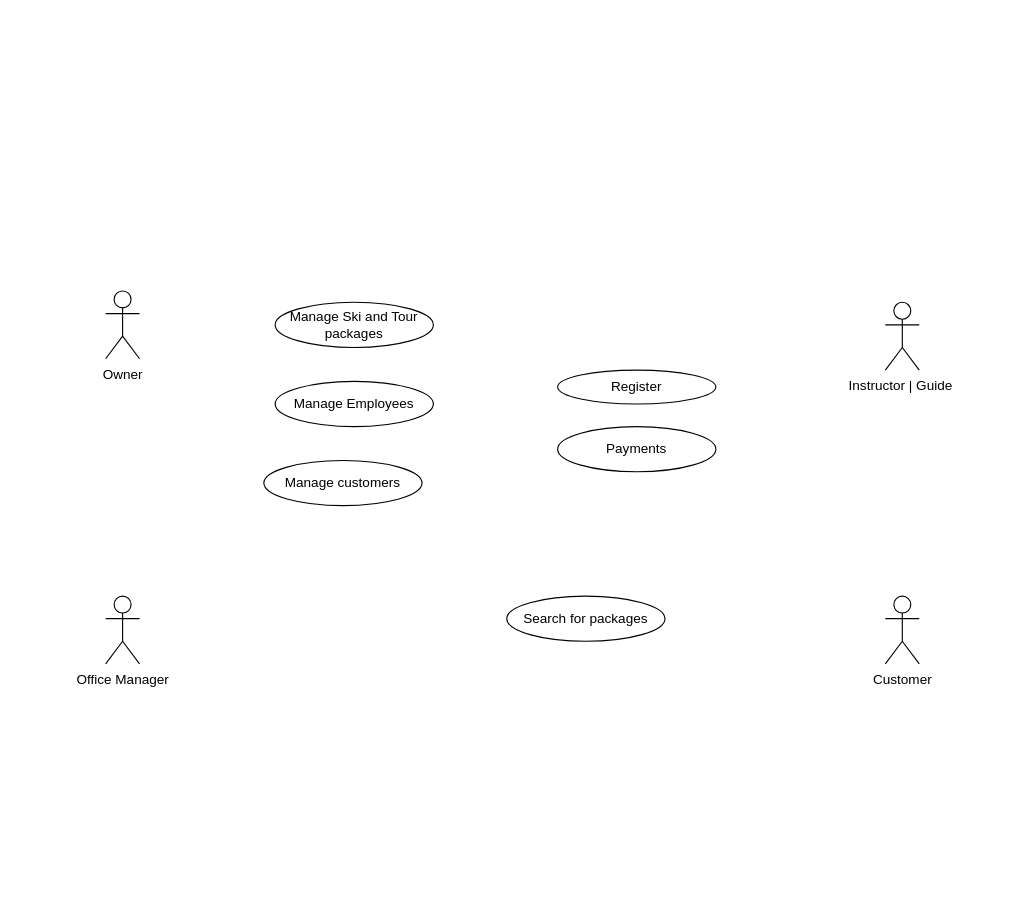
Before: Untitled Diagram.drawio in TurboJapuraEfac/-Build-a-simple-banking-application, a draw.io diagram. Source tidied: cells renumbered, new cells numbered last; positions are measured from the earlier drawing's top-left corner, leaving out a move shared by most shapes. Both pictures are drawn from the tidied source at 113%, with x=0, y=0 at pixel (105, 290).
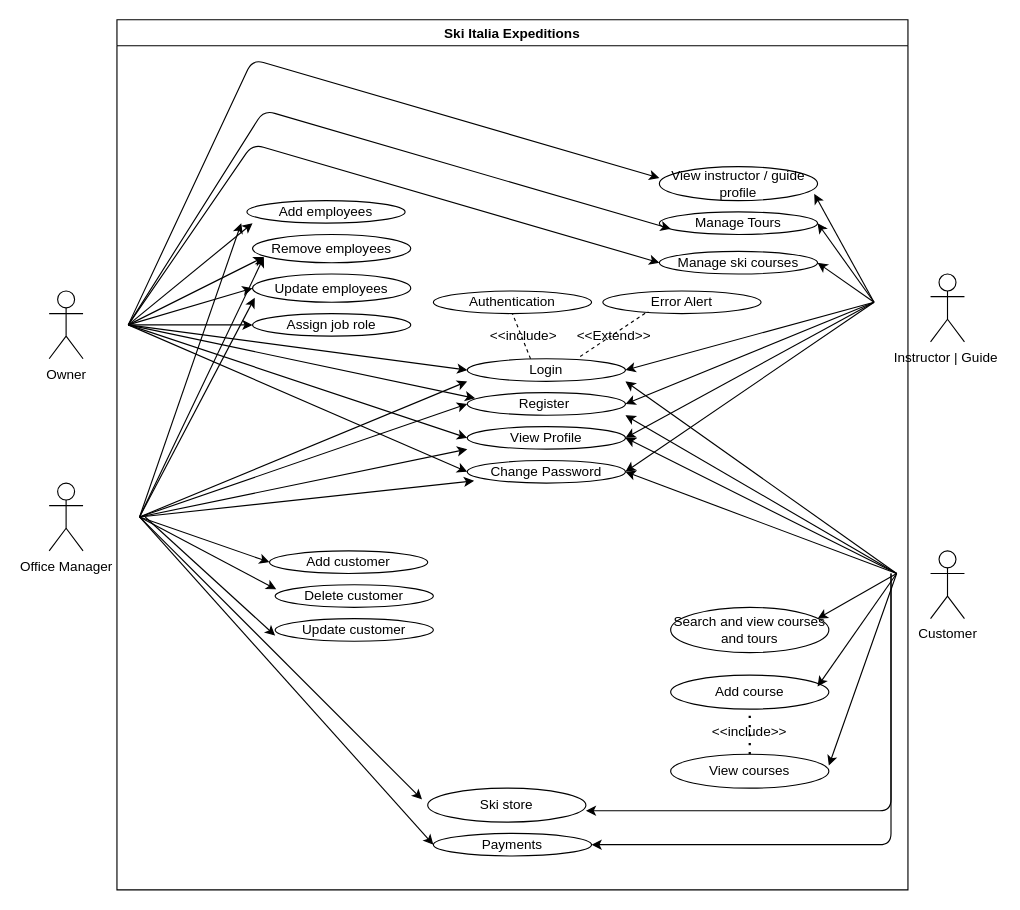
The same diagram, later.

What changed in the source:
```diff
@@
     <mxCell id="2" value="Owner" style="shape=umlActor;verticalLabelPosition=bottom;verticalAlign=top;html=1;" parent="1" vertex="1">
-      <mxGeometry width="30" height="60" as="geometry" />
+      <mxGeometry x="-50" width="30" height="60" as="geometry" />
     </mxCell>
     <mxCell id="3" value="Office Manager" style="shape=umlActor;verticalLabelPosition=bottom;verticalAlign=top;html=1;" parent="1" vertex="1">
-      <mxGeometry y="270" width="30" height="60" as="geometry" />
+      <mxGeometry x="-50" y="170" width="30" height="60" as="geometry" />
     </mxCell>
     <mxCell id="4" value="Instructor | Guide&amp;nbsp;" style="shape=umlActor;verticalLabelPosition=bottom;verticalAlign=top;html=1;" parent="1" vertex="1">
-      <mxGeometry x="690" y="10" width="30" height="60" as="geometry" />
+      <mxGeometry x="730" y="-15" width="30" height="60" as="geometry" />
     </mxCell>
     <mxCell id="5" value="Customer&lt;br&gt;" style="shape=umlActor;verticalLabelPosition=bottom;verticalAlign=top;html=1;" parent="1" vertex="1">
-      <mxGeometry x="690" y="270" width="30" height="60" as="geometry" />
+      <mxGeometry x="730" y="230" width="30" height="60" as="geometry" />
     </mxCell>
-    <mxCell id="6" value="Manage Ski and Tour packages" style="ellipse;whiteSpace=wrap;html=1;" parent="1" vertex="1">
-      <mxGeometry x="150" y="10" width="140" height="40" as="geometry" />
-    </mxCell>
-    <mxCell id="7" value="Manage Employees" style="ellipse;whiteSpace=wrap;html=1;" parent="1" vertex="1">
-      <mxGeometry x="150" y="80" width="140" height="40" as="geometry" />
+    <mxCell id="7" value="Add employees" style="ellipse;whiteSpace=wrap;html=1;" parent="1" vertex="1">
+      <mxGeometry x="125" y="-80" width="140" height="20" as="geometry" />
     </mxCell>
-    <mxCell id="8" value="Search for packages" style="ellipse;whiteSpace=wrap;html=1;" parent="1" vertex="1">
-      <mxGeometry x="355" y="270" width="140" height="40" as="geometry" />
+    <mxCell id="8" value="Search and view courses and tours" style="ellipse;whiteSpace=wrap;html=1;" parent="1" vertex="1">
+      <mxGeometry x="500" y="280" width="140" height="40" as="geometry" />
     </mxCell>
-    <mxCell id="9" value="Register" style="ellipse;whiteSpace=wrap;html=1;" parent="1" vertex="1">
-      <mxGeometry x="400" y="70" width="140" height="30" as="geometry" />
+    <mxCell id="9" value="Manage Tours" style="ellipse;whiteSpace=wrap;html=1;" parent="1" vertex="1">
+      <mxGeometry x="490" y="-70" width="140" height="20" as="geometry" />
     </mxCell>
+    <mxCell id="12" value="Add customer" style="ellipse;whiteSpace=wrap;html=1;" parent="1" vertex="1">
+      <mxGeometry x="145" y="230" width="140" height="20" as="geometry" />
+    </mxCell>
+    <mxCell id="13" value="Register&amp;nbsp;" style="ellipse;whiteSpace=wrap;html=1;" parent="1" vertex="1">
+      <mxGeometry x="320" y="90" width="140" height="20" as="geometry" />
+    </mxCell>
+    <mxCell id="14" value="View Profile" style="ellipse;whiteSpace=wrap;html=1;" parent="1" vertex="1">
+      <mxGeometry x="320" y="120" width="140" height="20" as="geometry" />
+    </mxCell>
+    <mxCell id="15" value="Change Password" style="ellipse;whiteSpace=wrap;html=1;" parent="1" vertex="1">
+      <mxGeometry x="320" y="150" width="140" height="20" as="geometry" />
+    </mxCell>
+    <mxCell id="16" value="Remove employees" style="ellipse;whiteSpace=wrap;html=1;" parent="1" vertex="1">
+      <mxGeometry x="130" y="-50" width="140" height="25" as="geometry" />
+    </mxCell>
+    <mxCell id="17" value="Update employees" style="ellipse;whiteSpace=wrap;html=1;" parent="1" vertex="1">
+      <mxGeometry x="130" y="-15" width="140" height="25" as="geometry" />
+    </mxCell>
+    <mxCell id="18" value="Delete customer" style="ellipse;whiteSpace=wrap;html=1;" parent="1" vertex="1">
+      <mxGeometry x="150" y="260" width="140" height="20" as="geometry" />
+    </mxCell>
+    <mxCell id="19" value="Update customer" style="ellipse;whiteSpace=wrap;html=1;" parent="1" vertex="1">
+      <mxGeometry x="150" y="290" width="140" height="20" as="geometry" />
+    </mxCell>
+    <mxCell id="20" value="Add course" style="ellipse;whiteSpace=wrap;html=1;" parent="1" vertex="1">
+      <mxGeometry x="500" y="340" width="140" height="30" as="geometry" />
+    </mxCell>
+    <mxCell id="21" value="View courses" style="ellipse;whiteSpace=wrap;html=1;" parent="1" vertex="1">
+      <mxGeometry x="500" y="410" width="140" height="30" as="geometry" />
+    </mxCell>
+    <mxCell id="22" style="endArrow=none;dashed=1;html=1;dashPattern=1 3;strokeWidth=2;exitX=0.5;exitY=0;exitDx=0;exitDy=0;" parent="1" edge="1" source="21" target="20">
+      <mxGeometry relative="1" as="geometry" />
+    </mxCell>
+    <mxCell id="23" value="&amp;lt;&amp;lt;include&amp;gt;&amp;gt;" style="text;html=1;strokeColor=none;fillColor=none;align=center;verticalAlign=middle;whiteSpace=wrap;rounded=0;" parent="1" vertex="1">
+      <mxGeometry x="550" y="380" width="40" height="20" as="geometry" />
+    </mxCell>
+    <mxCell id="24" value="Manage ski courses" style="ellipse;whiteSpace=wrap;html=1;" parent="1" vertex="1">
+      <mxGeometry x="490" y="-35" width="140" height="20" as="geometry" />
+    </mxCell>
+    <mxCell id="25" value="Ski store" style="ellipse;whiteSpace=wrap;html=1;" parent="1" vertex="1">
+      <mxGeometry x="285" y="440" width="140" height="30" as="geometry" />
+    </mxCell>
+    <mxCell id="26" value="Assign job role" style="ellipse;whiteSpace=wrap;html=1;" parent="1" vertex="1">
+      <mxGeometry x="130" y="20" width="140" height="20" as="geometry" />
+    </mxCell>
+    <mxCell id="27" value="Login" style="ellipse;whiteSpace=wrap;html=1;" parent="1" vertex="1">
+      <mxGeometry x="320" y="60" width="140" height="20" as="geometry" />
+    </mxCell>
+    <mxCell id="28" value="View instructor / guide profile" style="ellipse;whiteSpace=wrap;html=1;" parent="1" vertex="1">
+      <mxGeometry x="490" y="-110" width="140" height="30" as="geometry" />
+    </mxCell>
+    <mxCell id="29" style="endArrow=classic;html=1;" parent="1" edge="1">
+      <mxGeometry relative="1" as="geometry">
+        <mxPoint x="20" y="30" as="sourcePoint" />
+        <mxPoint x="130" y="-60" as="targetPoint" />
+      </mxGeometry>
+    </mxCell>
+    <mxCell id="30" style="endArrow=classic;html=1;" parent="1" edge="1">
+      <mxGeometry relative="1" as="geometry">
+        <mxPoint x="20" y="30" as="sourcePoint" />
+        <mxPoint x="140" y="-30" as="targetPoint" />
+      </mxGeometry>
+    </mxCell>
+    <mxCell id="31" style="endArrow=classic;html=1;entryX=0;entryY=0.5;entryDx=0;entryDy=0;" parent="1" edge="1" target="17">
+      <mxGeometry relative="1" as="geometry">
+        <mxPoint x="20" y="30" as="sourcePoint" />
+      </mxGeometry>
+    </mxCell>
+    <mxCell id="32" style="endArrow=classic;html=1;entryX=0;entryY=0.5;entryDx=0;entryDy=0;" parent="1" edge="1" target="26">
+      <mxGeometry relative="1" as="geometry">
+        <mxPoint x="20" y="30" as="sourcePoint" />
+      </mxGeometry>
+    </mxCell>
+    <mxCell id="33" style="endArrow=classic;html=1;entryX=0;entryY=0.5;entryDx=0;entryDy=0;" parent="1" edge="1" target="24">
+      <mxGeometry relative="1" as="geometry">
+        <mxPoint x="20" y="30" as="sourcePoint" />
+        <Array as="points">
+          <mxPoint x="130" y="-130" />
+        </Array>
+      </mxGeometry>
+    </mxCell>
+    <mxCell id="34" style="endArrow=classic;html=1;entryX=0;entryY=0.5;entryDx=0;entryDy=0;" parent="1" edge="1">
+      <mxGeometry relative="1" as="geometry">
+        <mxPoint x="20" y="30" as="sourcePoint" />
+        <mxPoint x="500" y="-55" as="targetPoint" />
+        <Array as="points">
+          <mxPoint x="140" y="-160" />
+        </Array>
+      </mxGeometry>
+    </mxCell>
+    <mxCell id="35" style="endArrow=classic;html=1;entryX=0;entryY=0.5;entryDx=0;entryDy=0;" parent="1" edge="1" target="27">
+      <mxGeometry relative="1" as="geometry">
+        <mxPoint x="20" y="30" as="sourcePoint" />
+      </mxGeometry>
+    </mxCell>
+    <mxCell id="36" style="endArrow=classic;html=1;entryX=0.05;entryY=0.25;entryDx=0;entryDy=0;entryPerimeter=0;" parent="1" edge="1" target="13">
+      <mxGeometry relative="1" as="geometry">
+        <mxPoint x="20" y="30" as="sourcePoint" />
+      </mxGeometry>
+    </mxCell>
+    <mxCell id="37" style="endArrow=classic;html=1;entryX=0;entryY=0.5;entryDx=0;entryDy=0;" parent="1" edge="1" target="14">
+      <mxGeometry relative="1" as="geometry">
+        <mxPoint x="20" y="30" as="sourcePoint" />
+      </mxGeometry>
+    </mxCell>
+    <mxCell id="38" style="endArrow=classic;html=1;entryX=0;entryY=0.5;entryDx=0;entryDy=0;" parent="1" edge="1" target="15">
+      <mxGeometry relative="1" as="geometry">
+        <mxPoint x="20" y="30" as="sourcePoint" />
+      </mxGeometry>
+    </mxCell>
+    <mxCell id="39" style="endArrow=classic;html=1;entryX=0.979;entryY=0.8;entryDx=0;entryDy=0;entryPerimeter=0;" parent="1" edge="1" target="28">
+      <mxGeometry relative="1" as="geometry">
+        <mxPoint x="680" y="10" as="sourcePoint" />
+      </mxGeometry>
+    </mxCell>
+    <mxCell id="40" style="endArrow=classic;html=1;" parent="1" edge="1">
+      <mxGeometry relative="1" as="geometry">
+        <mxPoint x="680" y="10" as="sourcePoint" />
+        <mxPoint x="630" y="-60" as="targetPoint" />
+      </mxGeometry>
+    </mxCell>
+    <mxCell id="41" style="endArrow=classic;html=1;entryX=1;entryY=0.5;entryDx=0;entryDy=0;" parent="1" edge="1" target="24">
+      <mxGeometry relative="1" as="geometry">
+        <mxPoint x="680" y="10" as="sourcePoint" />
+      </mxGeometry>
+    </mxCell>
+    <mxCell id="42" style="endArrow=classic;html=1;entryX=0;entryY=0.5;entryDx=0;entryDy=0;" parent="1" edge="1">
+      <mxGeometry relative="1" as="geometry">
+        <mxPoint x="20" y="30" as="sourcePoint" />
+        <mxPoint x="490" y="-100" as="targetPoint" />
+        <Array as="points">
+          <mxPoint x="130" y="-205" />
+        </Array>
+      </mxGeometry>
+    </mxCell>
+    <mxCell id="43" style="endArrow=classic;html=1;entryX=1;entryY=0.5;entryDx=0;entryDy=0;" parent="1" edge="1" target="27">
+      <mxGeometry relative="1" as="geometry">
+        <mxPoint x="680" y="10" as="sourcePoint" />
+      </mxGeometry>
+    </mxCell>
+    <mxCell id="44" style="endArrow=classic;html=1;entryX=1;entryY=0.5;entryDx=0;entryDy=0;" parent="1" edge="1" target="13">
+      <mxGeometry relative="1" as="geometry">
+        <mxPoint x="680" y="10" as="sourcePoint" />
+      </mxGeometry>
+    </mxCell>
+    <mxCell id="45" style="endArrow=classic;html=1;entryX=1;entryY=0.5;entryDx=0;entryDy=0;" parent="1" edge="1" target="14">
+      <mxGeometry relative="1" as="geometry">
+        <mxPoint x="680" y="10" as="sourcePoint" />
+      </mxGeometry>
+    </mxCell>
+    <mxCell id="46" style="endArrow=classic;html=1;entryX=1;entryY=0.5;entryDx=0;entryDy=0;" parent="1" edge="1" target="15">
+      <mxGeometry relative="1" as="geometry">
+        <mxPoint x="680" y="10" as="sourcePoint" />
+      </mxGeometry>
+    </mxCell>
+    <mxCell id="47" value="Authentication" style="ellipse;whiteSpace=wrap;html=1;" parent="1" vertex="1">
+      <mxGeometry x="290" width="140" height="20" as="geometry" />
+    </mxCell>
+    <mxCell id="48" value="Error Alert" style="ellipse;whiteSpace=wrap;html=1;" parent="1" vertex="1">
+      <mxGeometry x="440" width="140" height="20" as="geometry" />
+    </mxCell>
+    <mxCell id="49" style="endArrow=none;dashed=1;html=1;entryX=0.5;entryY=1;entryDx=0;entryDy=0;exitX=0.4;exitY=0;exitDx=0;exitDy=0;exitPerimeter=0;" parent="1" edge="1" source="27" target="47">
+      <mxGeometry relative="1" as="geometry" />
+    </mxCell>
+    <mxCell id="50" style="endArrow=none;dashed=1;html=1;entryX=0.286;entryY=0.9;entryDx=0;entryDy=0;exitX=0.714;exitY=-0.1;exitDx=0;exitDy=0;exitPerimeter=0;entryPerimeter=0;" parent="1" edge="1" source="27" target="48">
+      <mxGeometry relative="1" as="geometry" />
+    </mxCell>
+    <mxCell id="51" value="&amp;lt;&amp;lt;include&amp;gt;" style="text;html=1;strokeColor=none;fillColor=none;align=center;verticalAlign=middle;whiteSpace=wrap;rounded=0;" parent="1" vertex="1">
+      <mxGeometry x="350" y="30" width="40" height="20" as="geometry" />
+    </mxCell>
+    <mxCell id="52" value="&amp;lt;&amp;lt;Extend&amp;gt;&amp;gt;" style="text;html=1;strokeColor=none;fillColor=none;align=center;verticalAlign=middle;whiteSpace=wrap;rounded=0;" parent="1" vertex="1">
+      <mxGeometry x="430" y="30" width="40" height="20" as="geometry" />
+    </mxCell>
+    <mxCell id="53" style="endArrow=classic;html=1;entryX=0;entryY=1;entryDx=0;entryDy=0;entryPerimeter=0;" parent="1" edge="1" target="27">
+      <mxGeometry relative="1" as="geometry">
+        <mxPoint x="30" y="200" as="sourcePoint" />
+      </mxGeometry>
+    </mxCell>
+    <mxCell id="54" style="endArrow=classic;html=1;entryX=0;entryY=0.5;entryDx=0;entryDy=0;" parent="1" edge="1" target="13">
+      <mxGeometry relative="1" as="geometry">
+        <mxPoint x="30" y="200" as="sourcePoint" />
+      </mxGeometry>
+    </mxCell>
+    <mxCell id="55" style="endArrow=classic;html=1;entryX=0;entryY=1;entryDx=0;entryDy=0;entryPerimeter=0;" parent="1" edge="1" target="14">
+      <mxGeometry relative="1" as="geometry">
+        <mxPoint x="30" y="200" as="sourcePoint" />
+      </mxGeometry>
+    </mxCell>
+    <mxCell id="56" style="endArrow=classic;html=1;entryX=0.043;entryY=0.9;entryDx=0;entryDy=0;entryPerimeter=0;" parent="1" edge="1" target="15">
+      <mxGeometry relative="1" as="geometry">
+        <mxPoint x="30" y="200" as="sourcePoint" />
+      </mxGeometry>
+    </mxCell>
+    <mxCell id="57" style="endArrow=classic;html=1;" parent="1" edge="1">
+      <mxGeometry relative="1" as="geometry">
+        <mxPoint x="30" y="200" as="sourcePoint" />
+        <mxPoint x="120" y="-60" as="targetPoint" />
+      </mxGeometry>
+    </mxCell>
+    <mxCell id="58" style="endArrow=classic;html=1;" parent="1" edge="1">
+      <mxGeometry relative="1" as="geometry">
+        <mxPoint x="30" y="200" as="sourcePoint" />
+        <mxPoint x="140" y="-30" as="targetPoint" />
+      </mxGeometry>
+    </mxCell>
+    <mxCell id="59" style="endArrow=classic;html=1;entryX=0.014;entryY=0.84;entryDx=0;entryDy=0;entryPerimeter=0;" parent="1" edge="1" target="17">
+      <mxGeometry relative="1" as="geometry">
+        <mxPoint x="30" y="200" as="sourcePoint" />
+      </mxGeometry>
+    </mxCell>
+    <mxCell id="60" style="endArrow=classic;html=1;entryX=0;entryY=0.5;entryDx=0;entryDy=0;" parent="1" edge="1" target="12">
+      <mxGeometry relative="1" as="geometry">
+        <mxPoint x="30" y="200" as="sourcePoint" />
+      </mxGeometry>
+    </mxCell>
+    <mxCell id="61" style="endArrow=classic;html=1;entryX=0.007;entryY=0.2;entryDx=0;entryDy=0;entryPerimeter=0;" parent="1" edge="1" target="18">
+      <mxGeometry relative="1" as="geometry">
+        <mxPoint x="30" y="200" as="sourcePoint" />
+      </mxGeometry>
+    </mxCell>
+    <mxCell id="62" style="endArrow=classic;html=1;" parent="1" edge="1">
+      <mxGeometry relative="1" as="geometry">
+        <mxPoint x="35" y="200" as="sourcePoint" />
+        <mxPoint x="150" y="305" as="targetPoint" />
+      </mxGeometry>
+    </mxCell>
+    <mxCell id="63" style="endArrow=classic;html=1;entryX=0.929;entryY=0.25;entryDx=0;entryDy=0;entryPerimeter=0;" parent="1" edge="1" target="8">
+      <mxGeometry relative="1" as="geometry">
+        <mxPoint x="700" y="250" as="sourcePoint" />
+      </mxGeometry>
+    </mxCell>
+    <mxCell id="64" style="endArrow=classic;html=1;" parent="1" edge="1">
+      <mxGeometry relative="1" as="geometry">
+        <mxPoint x="700" y="250" as="sourcePoint" />
+        <mxPoint x="630" y="350" as="targetPoint" />
+      </mxGeometry>
+    </mxCell>
+    <mxCell id="65" style="endArrow=classic;html=1;" parent="1" edge="1">
+      <mxGeometry relative="1" as="geometry">
+        <mxPoint x="700" y="250" as="sourcePoint" />
+        <mxPoint x="640" y="420" as="targetPoint" />
+      </mxGeometry>
+    </mxCell>
+    <mxCell id="66" style="endArrow=classic;html=1;" parent="1" edge="1">
+      <mxGeometry relative="1" as="geometry">
+        <mxPoint x="700" y="250" as="sourcePoint" />
+        <mxPoint x="460" y="80" as="targetPoint" />
+      </mxGeometry>
+    </mxCell>
+    <mxCell id="67" style="endArrow=classic;html=1;" parent="1" edge="1">
+      <mxGeometry relative="1" as="geometry">
+        <mxPoint x="700" y="250" as="sourcePoint" />
+        <mxPoint x="460" y="110" as="targetPoint" />
+      </mxGeometry>
+    </mxCell>
+    <mxCell id="68" style="endArrow=classic;html=1;" parent="1" edge="1">
+      <mxGeometry relative="1" as="geometry">
+        <mxPoint x="700" y="250" as="sourcePoint" />
+        <mxPoint x="460" y="130" as="targetPoint" />
+      </mxGeometry>
+    </mxCell>
+    <mxCell id="69" style="endArrow=classic;html=1;entryX=1;entryY=0.5;entryDx=0;entryDy=0;" parent="1" edge="1" target="15">
+      <mxGeometry relative="1" as="geometry">
+        <mxPoint x="700" y="250" as="sourcePoint" />
+      </mxGeometry>
+    </mxCell>
+    <mxCell id="70" style="endArrow=classic;html=1;edgeStyle=elbowEdgeStyle;elbow=vertical;" parent="1" edge="1">
+      <mxGeometry relative="1" as="geometry">
+        <mxPoint x="695" y="250" as="sourcePoint" />
+        <mxPoint x="425" y="460" as="targetPoint" />
+        <Array as="points">
+          <mxPoint x="655" y="460" />
+        </Array>
+      </mxGeometry>
+    </mxCell>
+    <mxCell id="71" style="endArrow=classic;html=1;" parent="1" edge="1">
+      <mxGeometry relative="1" as="geometry">
+        <mxPoint x="30" y="200" as="sourcePoint" />
+        <mxPoint x="280" y="450" as="targetPoint" />
+      </mxGeometry>
+    </mxCell>
     <mxCell id="10" value="Payments" style="ellipse;whiteSpace=wrap;html=1;" parent="1" vertex="1">
-      <mxGeometry x="400" y="120" width="140" height="40" as="geometry" />
+      <mxGeometry x="290" y="480" width="140" height="20" as="geometry" />
     </mxCell>
-    <mxCell id="11" value="Manage customers" style="ellipse;whiteSpace=wrap;html=1;" parent="1" vertex="1">
-      <mxGeometry x="140" y="150" width="140" height="40" as="geometry" />
-    </mxCell>
+    <mxCell id="72" style="endArrow=classic;html=1;" parent="1" edge="1">
+      <mxGeometry relative="1" as="geometry">
+        <mxPoint x="30" y="200" as="sourcePoint" />
+        <mxPoint x="290" y="490" as="targetPoint" />
+      </mxGeometry>
+    </mxCell>
+    <mxCell id="73" style="endArrow=classic;html=1;edgeStyle=elbowEdgeStyle;elbow=vertical;" parent="1" edge="1">
+      <mxGeometry relative="1" as="geometry">
+        <mxPoint x="695" y="250" as="sourcePoint" />
+        <mxPoint x="430" y="490" as="targetPoint" />
+        <Array as="points">
+          <mxPoint x="660" y="490" />
+        </Array>
+      </mxGeometry>
+    </mxCell>
+    <mxCell id="74" value="Ski Italia Expeditions" style="swimlane;" parent="1" vertex="1">
+      <mxGeometry x="10" y="-240" width="700" height="770" as="geometry" />
+    </mxCell>
```
